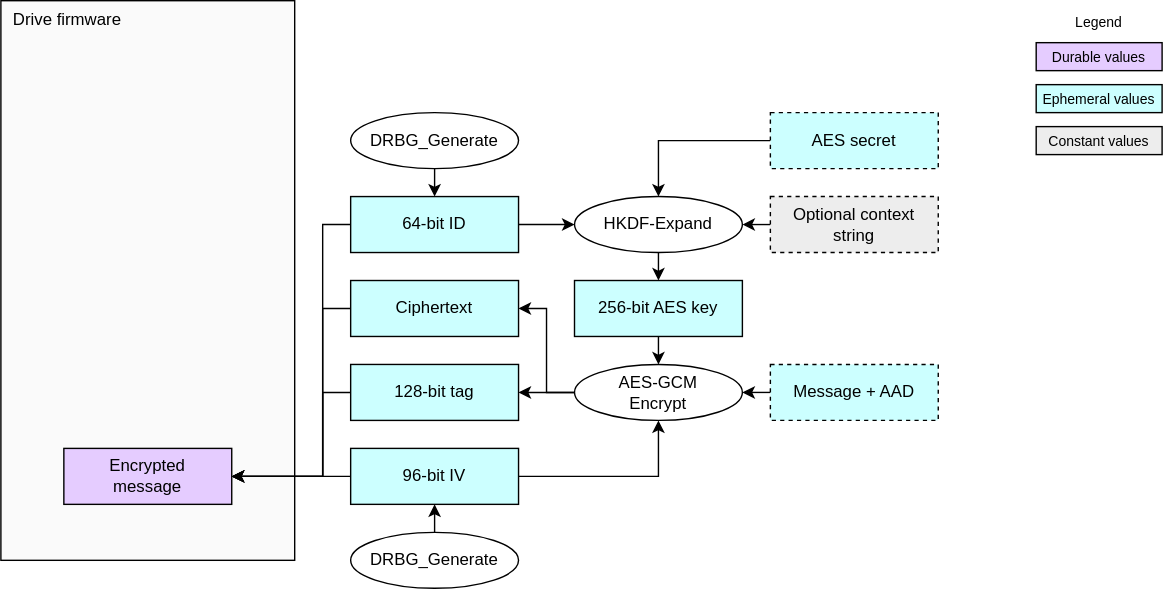
Earlier version of the draw.io export doc/ocp_lock/diagrams/preconditioned_aes_encrypt.drawio.svg (chipsalliance/Caliptra). Source tidied: cells renumbered, new cells last; positions are measured from the earlier drawing's top-left corner, leaving out a move shared by most shapes.
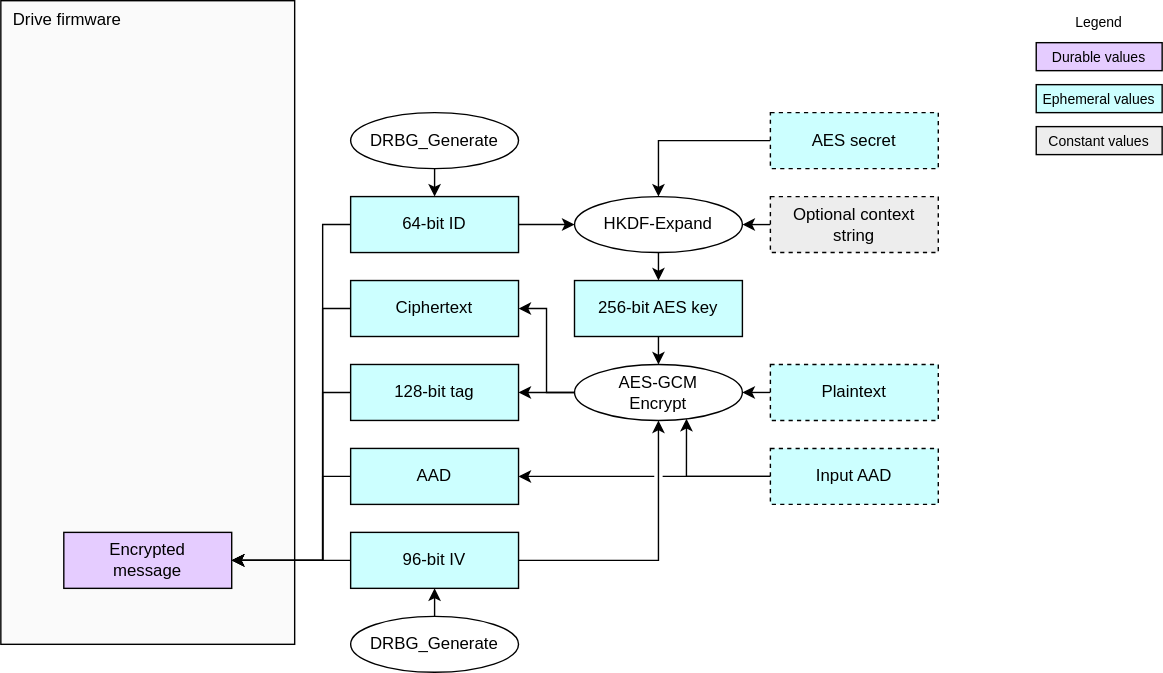
The same file after the commit.

Commit message:
Clearly document AAD as a function argument for preconditioned AES. (#399)

Change to the diagram source:
```diff
@@ -3,7 +3,7 @@
     <mxCell id="0" />
     <mxCell id="1" parent="0" />
     <mxCell id="2" value="Drive firmware" style="rounded=0;whiteSpace=wrap;html=1;fillColor=#FAFAFA;strokeColor=#000000;align=left;verticalAlign=top;spacingLeft=7;" parent="1" vertex="1">
-      <mxGeometry width="210" height="400" as="geometry" />
+      <mxGeometry width="210" height="460" as="geometry" />
     </mxCell>
     <mxCell id="3" style="html=1;exitX=0;exitY=0.5;exitDx=0;exitDy=0;entryX=1;entryY=0.5;entryDx=0;entryDy=0;rounded=0;" parent="1" edge="1" source="11" target="24">
       <mxGeometry relative="1" as="geometry" />
@@ -11,17 +11,17 @@
     <mxCell id="4" style="edgeStyle=orthogonalEdgeStyle;html=1;exitX=0;exitY=0.5;exitDx=0;exitDy=0;entryX=1;entryY=0.5;entryDx=0;entryDy=0;rounded=0;" parent="1" edge="1" source="5" target="11">
       <mxGeometry relative="1" as="geometry" />
     </mxCell>
-    <mxCell id="5" value="&lt;div&gt;&lt;font color=&quot;#000000&quot;&gt;Message + AAD&lt;/font&gt;&lt;/div&gt;" style="rounded=0;whiteSpace=wrap;html=1;align=center;verticalAlign=middle;shadow=0;glass=0;spacingLeft=0;spacingBottom=0;spacingTop=0;fillColor=#CCFFFF;dashed=1;" parent="1" vertex="1">
+    <mxCell id="5" value="&lt;div&gt;&lt;font color=&quot;#000000&quot;&gt;Plaintext&lt;/font&gt;&lt;/div&gt;" style="rounded=0;whiteSpace=wrap;html=1;align=center;verticalAlign=middle;shadow=0;glass=0;spacingLeft=0;spacingBottom=0;spacingTop=0;fillColor=#CCFFFF;dashed=1;" parent="1" vertex="1">
       <mxGeometry x="550" y="260" width="120" height="40" as="geometry" />
     </mxCell>
     <mxCell id="6" style="edgeStyle=orthogonalEdgeStyle;html=1;exitX=1;exitY=0.5;exitDx=0;exitDy=0;entryX=0.5;entryY=1;entryDx=0;entryDy=0;rounded=0;curved=0;" parent="1" edge="1" source="7" target="11">
       <mxGeometry relative="1" as="geometry" />
     </mxCell>
     <mxCell id="7" value="&lt;div&gt;&lt;font color=&quot;#000000&quot;&gt;96-bit IV&lt;/font&gt;&lt;/div&gt;" style="rounded=0;whiteSpace=wrap;html=1;align=center;verticalAlign=middle;shadow=0;glass=0;spacingLeft=0;spacingBottom=0;spacingTop=0;fillColor=#CCFFFF;" parent="1" vertex="1">
-      <mxGeometry x="250" y="320" width="120" height="40" as="geometry" />
+      <mxGeometry x="250" y="380" width="120" height="40" as="geometry" />
     </mxCell>
     <mxCell id="8" value="DRBG_Generate" style="ellipse;whiteSpace=wrap;html=1;fillColor=#FFFFFF;" parent="1" vertex="1">
-      <mxGeometry x="250" y="380" width="120" height="40" as="geometry" />
+      <mxGeometry x="250" y="440" width="120" height="40" as="geometry" />
     </mxCell>
     <mxCell id="9" style="edgeStyle=none;html=1;exitX=0.5;exitY=0;exitDx=0;exitDy=0;entryX=0.5;entryY=1;entryDx=0;entryDy=0;" parent="1" edge="1" source="8" target="7">
       <mxGeometry relative="1" as="geometry" />
@@ -36,7 +36,7 @@
       <mxGeometry relative="1" as="geometry">
         <Array as="points">
           <mxPoint x="230" y="220" />
-          <mxPoint x="230" y="340" />
+          <mxPoint x="230" y="400" />
         </Array>
       </mxGeometry>
     </mxCell>
@@ -68,13 +68,18 @@
       <mxGeometry relative="1" as="geometry" />
     </mxCell>
     <mxCell id="22" style="edgeStyle=orthogonalEdgeStyle;html=1;exitX=0;exitY=0.5;exitDx=0;exitDy=0;rounded=0;curved=0;entryX=1;entryY=0.5;entryDx=0;entryDy=0;" parent="1" edge="1" source="7" target="30">
-      <mxGeometry relative="1" as="geometry" />
+      <mxGeometry relative="1" as="geometry">
+        <Array as="points">
+          <mxPoint x="200" y="400" />
+          <mxPoint x="200" y="400" />
+        </Array>
+      </mxGeometry>
     </mxCell>
     <mxCell id="23" style="edgeStyle=orthogonalEdgeStyle;html=1;exitX=0;exitY=0.5;exitDx=0;exitDy=0;rounded=0;entryX=1;entryY=0.5;entryDx=0;entryDy=0;" parent="1" edge="1" source="24" target="30">
       <mxGeometry relative="1" as="geometry">
         <Array as="points">
           <mxPoint x="230" y="280" />
-          <mxPoint x="230" y="340" />
+          <mxPoint x="230" y="400" />
         </Array>
       </mxGeometry>
     </mxCell>
@@ -91,7 +96,7 @@
       <mxGeometry relative="1" as="geometry">
         <Array as="points">
           <mxPoint x="230" y="160" />
-          <mxPoint x="230" y="340" />
+          <mxPoint x="230" y="400" />
         </Array>
       </mxGeometry>
     </mxCell>
@@ -102,7 +107,7 @@
       <mxGeometry x="550" y="140" width="120" height="40" as="geometry" />
     </mxCell>
     <mxCell id="30" value="&lt;div&gt;&lt;font color=&quot;#000000&quot;&gt;Encrypted&lt;/font&gt;&lt;/div&gt;&lt;div&gt;&lt;font color=&quot;#000000&quot;&gt;message&lt;/font&gt;&lt;/div&gt;" style="rounded=0;whiteSpace=wrap;html=1;align=center;verticalAlign=middle;shadow=0;glass=0;spacingLeft=0;spacingBottom=0;spacingTop=0;fillColor=#E5CCFF;gradientColor=none;strokeColor=#000000;gradientDirection=south;" parent="1" vertex="1">
-      <mxGeometry x="45" y="320" width="120" height="40" as="geometry" />
+      <mxGeometry x="45" y="380" width="120" height="40" as="geometry" />
     </mxCell>
     <mxCell id="31" value="&lt;div&gt;&lt;font color=&quot;#000000&quot;&gt;Durable values&lt;/font&gt;&lt;/div&gt;" style="rounded=0;whiteSpace=wrap;html=1;align=center;verticalAlign=middle;shadow=0;glass=0;spacingLeft=0;spacingBottom=0;spacingTop=0;fillColor=#E5CCFF;fontSize=10;" parent="1" vertex="1">
       <mxGeometry x="740" y="30" width="90" height="20" as="geometry" />
@@ -116,5 +121,25 @@
     <mxCell id="34" value="&lt;div&gt;&lt;font color=&quot;#000000&quot;&gt;Constant values&lt;/font&gt;&lt;/div&gt;" style="rounded=0;whiteSpace=wrap;html=1;align=center;verticalAlign=middle;shadow=0;glass=0;spacingLeft=0;spacingBottom=0;spacingTop=0;fillColor=#EDEDED;fontSize=10;" parent="1" vertex="1">
       <mxGeometry x="740" y="90" width="90" height="20" as="geometry" />
     </mxCell>
+    <mxCell id="35" style="edgeStyle=orthogonalEdgeStyle;html=1;exitX=0;exitY=0.5;exitDx=0;exitDy=0;entryX=1;entryY=0.5;entryDx=0;entryDy=0;rounded=0;" parent="1" edge="1" source="36" target="30">
+      <mxGeometry relative="1" as="geometry">
+        <Array as="points">
+          <mxPoint x="230" y="340" />
+          <mxPoint x="230" y="400" />
+        </Array>
+      </mxGeometry>
+    </mxCell>
+    <mxCell id="36" value="&lt;div&gt;&lt;span style=&quot;background-color: transparent;&quot;&gt;AAD&lt;/span&gt;&lt;/div&gt;" style="rounded=0;whiteSpace=wrap;html=1;align=center;verticalAlign=middle;shadow=0;glass=0;spacingLeft=0;spacingBottom=0;spacingTop=0;fillColor=#CCFFFF;" parent="1" vertex="1">
+      <mxGeometry x="250" y="320" width="120" height="40" as="geometry" />
+    </mxCell>
+    <mxCell id="37" style="edgeStyle=orthogonalEdgeStyle;html=1;exitX=0;exitY=0.5;exitDx=0;exitDy=0;entryX=1;entryY=0.5;entryDx=0;entryDy=0;rounded=0;jumpStyle=gap;" parent="1" edge="1" source="39" target="36">
+      <mxGeometry relative="1" as="geometry" />
+    </mxCell>
+    <mxCell id="38" style="edgeStyle=orthogonalEdgeStyle;html=1;exitX=0;exitY=0.5;exitDx=0;exitDy=0;rounded=0;entryX=0.667;entryY=0.97;entryDx=0;entryDy=0;entryPerimeter=0;" parent="1" edge="1" source="39" target="11">
+      <mxGeometry relative="1" as="geometry" />
+    </mxCell>
+    <mxCell id="39" value="&lt;div&gt;&lt;font color=&quot;#000000&quot;&gt;Input AAD&lt;/font&gt;&lt;/div&gt;" style="rounded=0;whiteSpace=wrap;html=1;align=center;verticalAlign=middle;shadow=0;glass=0;spacingLeft=0;spacingBottom=0;spacingTop=0;fillColor=#CCFFFF;dashed=1;" parent="1" vertex="1">
+      <mxGeometry x="550" y="320" width="120" height="40" as="geometry" />
+    </mxCell>
   </root>
 </mxGraphModel>
```
